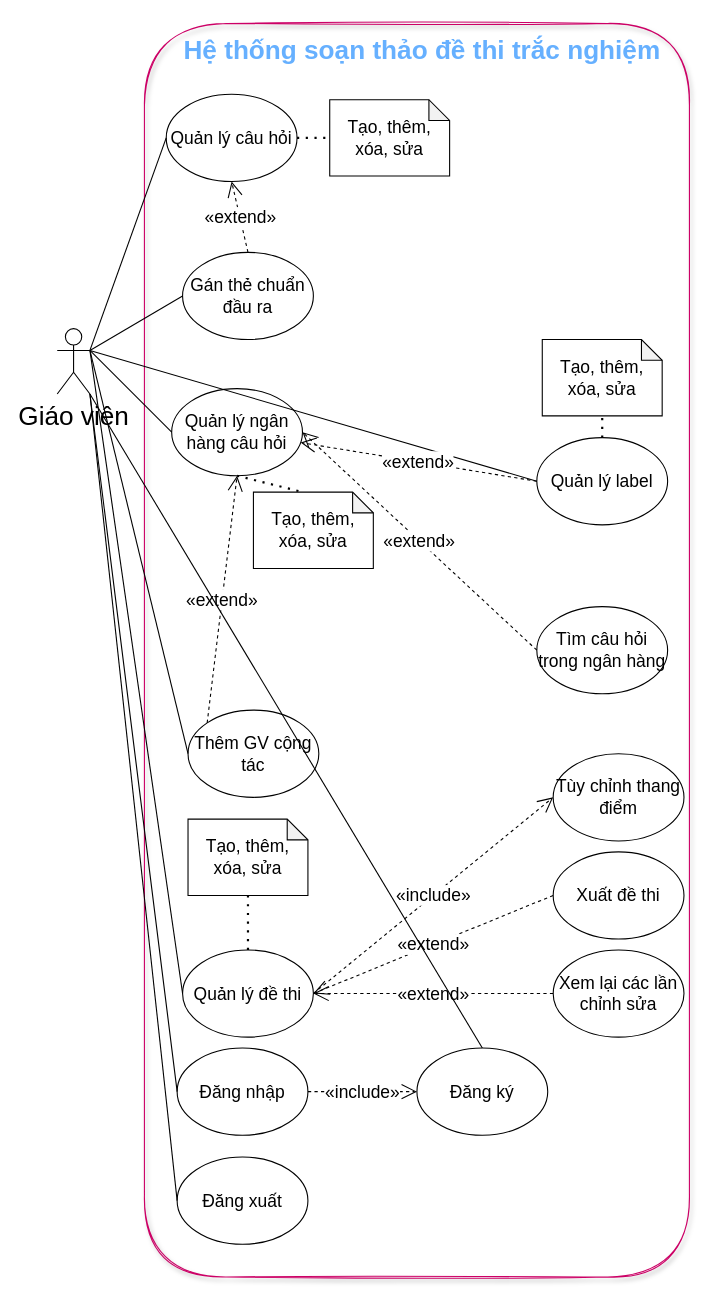
Above: usecasediagram.drawio in VDT1805/ChallengeCreator (draw.io), before the change. Source tidied: cells renumbered, new cells numbered last; positions are measured from the earlier drawing's top-left corner, leaving out a move shared by most shapes. Both pictures are drawn from the tidied source at 109%, with x=0, y=0 at pixel (57, 23).
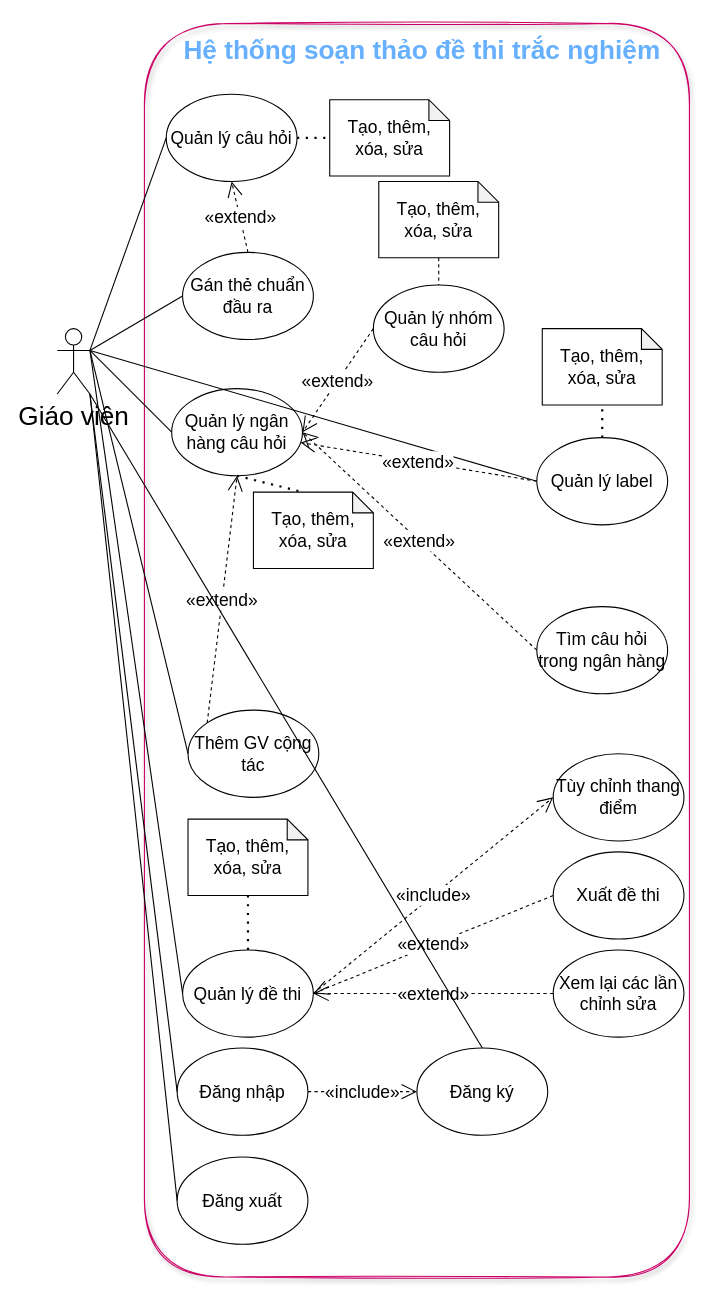
After the change.

Unchanged cells that the change refers to:
```xml
<mxCell id="8" value="Quản lý ngân hàng câu hỏi" style="ellipse;whiteSpace=wrap;html=1;fontSize=16;" parent="1" vertex="1">
  <mxGeometry x="105" y="335" width="120" height="80" as="geometry" />
</mxCell>
```

What changed in the source:
```diff
@@
     <mxCell id="27" value="Tạo, thêm, xóa, sửa" style="shape=note;whiteSpace=wrap;html=1;backgroundOutline=1;darkOpacity=0.05;fontSize=16;size=19;" parent="1" vertex="1">
-      <mxGeometry x="445" y="290" width="110" height="70" as="geometry" />
+      <mxGeometry x="445" y="280" width="110" height="70" as="geometry" />
     </mxCell>
@@
+    <mxCell id="43" value="Quản lý nhóm câu hỏi" style="ellipse;whiteSpace=wrap;html=1;fontSize=16;" parent="1" vertex="1">
+      <mxGeometry x="290" y="240" width="120" height="80" as="geometry" />
+    </mxCell>
+    <mxCell id="44" style="edgeStyle=none;html=1;entryX=0.5;entryY=0;entryDx=0;entryDy=0;endArrow=none;endFill=0;dashed=1;" parent="1" edge="1" source="45" target="43">
+      <mxGeometry relative="1" as="geometry" />
+    </mxCell>
+    <mxCell id="45" value="Tạo, thêm, xóa, sửa" style="shape=note;whiteSpace=wrap;html=1;backgroundOutline=1;darkOpacity=0.05;fontSize=16;size=19;" parent="1" vertex="1">
+      <mxGeometry x="295" y="145" width="110" height="70" as="geometry" />
+    </mxCell>
+    <mxCell id="46" value="«extend»" style="endArrow=open;endSize=12;dashed=1;html=1;fontSize=16;exitX=0;exitY=0.5;exitDx=0;exitDy=0;entryX=1;entryY=0.5;entryDx=0;entryDy=0;" parent="1" edge="1" source="43" target="8">
+      <mxGeometry relative="1" as="geometry" />
+    </mxCell>
```
